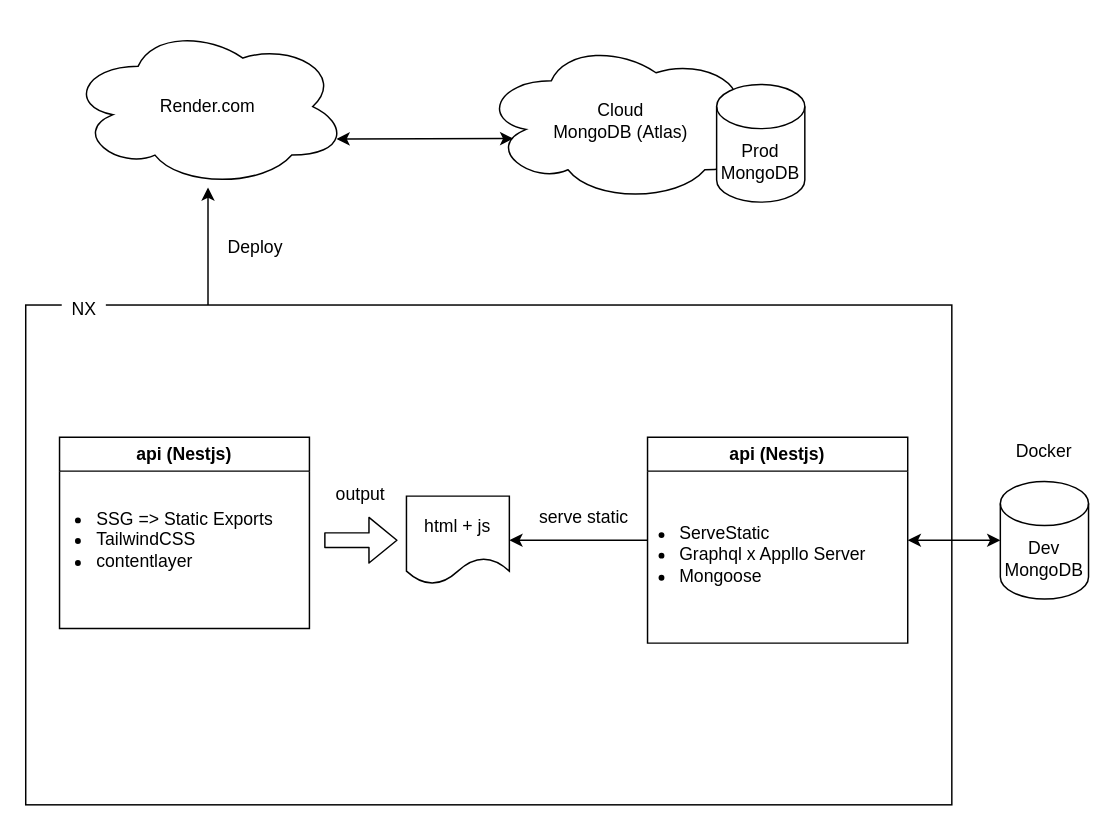
Before: docs/architecture.drawio in atman-33/computing-atman-v4-mk2, a draw.io diagram. Source tidied: cells renumbered, new cells numbered last; positions are measured from the earlier drawing's top-left corner, leaving out a move shared by most shapes. Both pictures are drawn from the tidied source at 147%, with x=0, y=0 at pixel (25, 25).
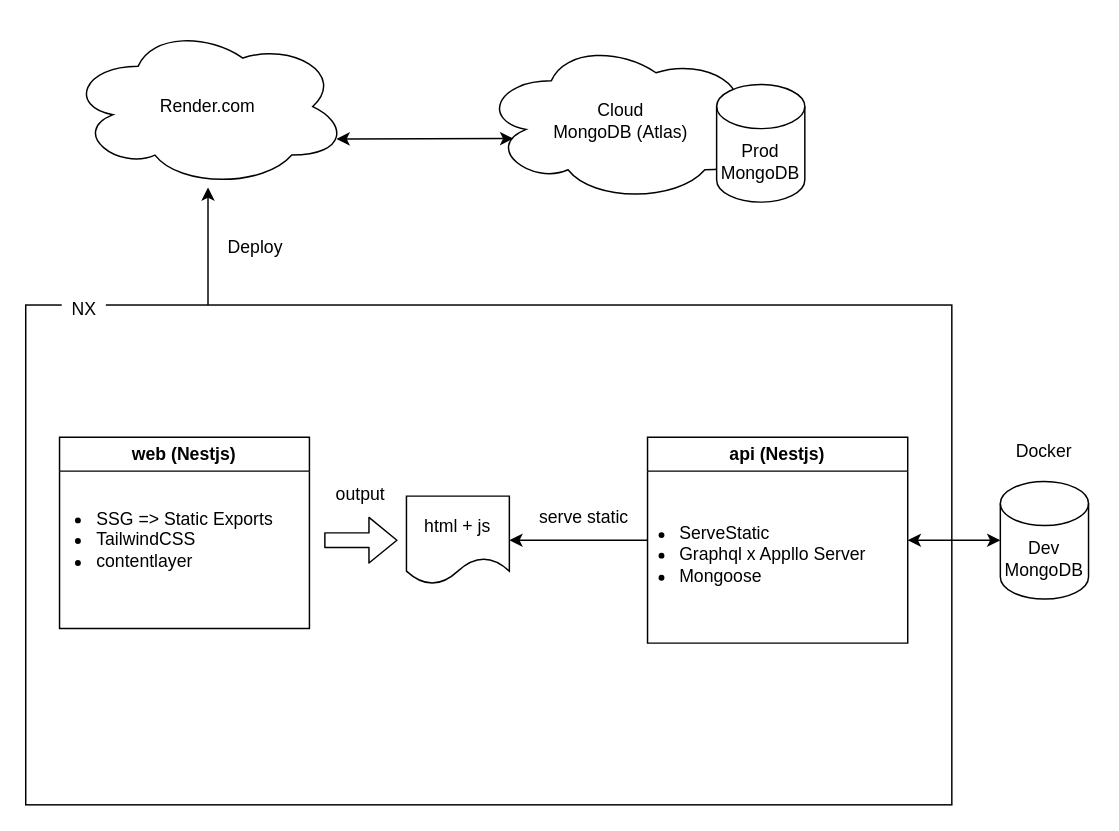
The same page after the edit.

Diff of the diagram source:
```diff
@@
-    <mxCell id="15" value="api (Nestjs)" style="swimlane;whiteSpace=wrap;html=1;" parent="1" vertex="1">
+    <mxCell id="15" value="web (Nestjs)" style="swimlane;whiteSpace=wrap;html=1;" parent="1" vertex="1">
       <mxGeometry x="23" y="280" width="170" height="130" as="geometry" />
     </mxCell>
```
